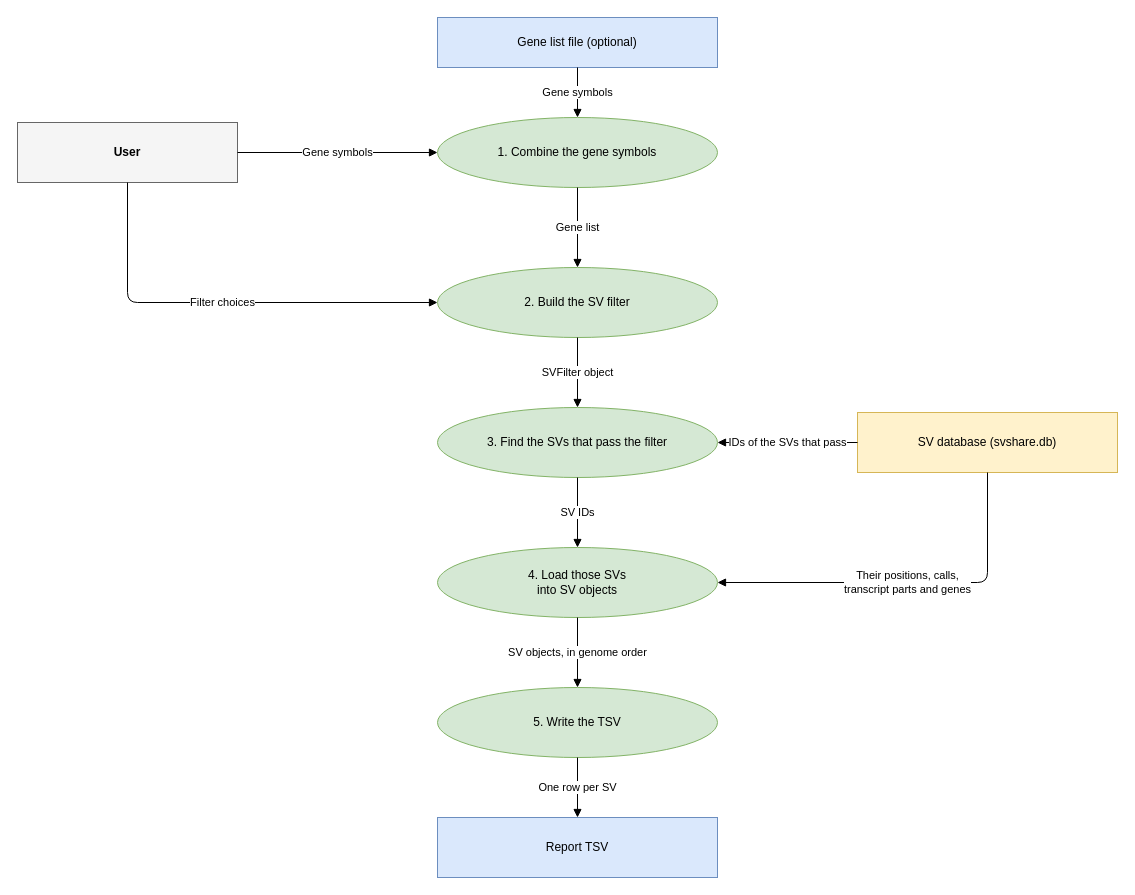
Before: docs/report-data-flow.drawio in k8r/SVShare, a draw.io diagram. Source tidied: cells renumbered, new cells numbered last; positions are measured from the earlier drawing's top-left corner, leaving out a move shared by most shapes. Both pictures are drawn from the tidied source at 100%, with x=0, y=0 at pixel (17, 17).
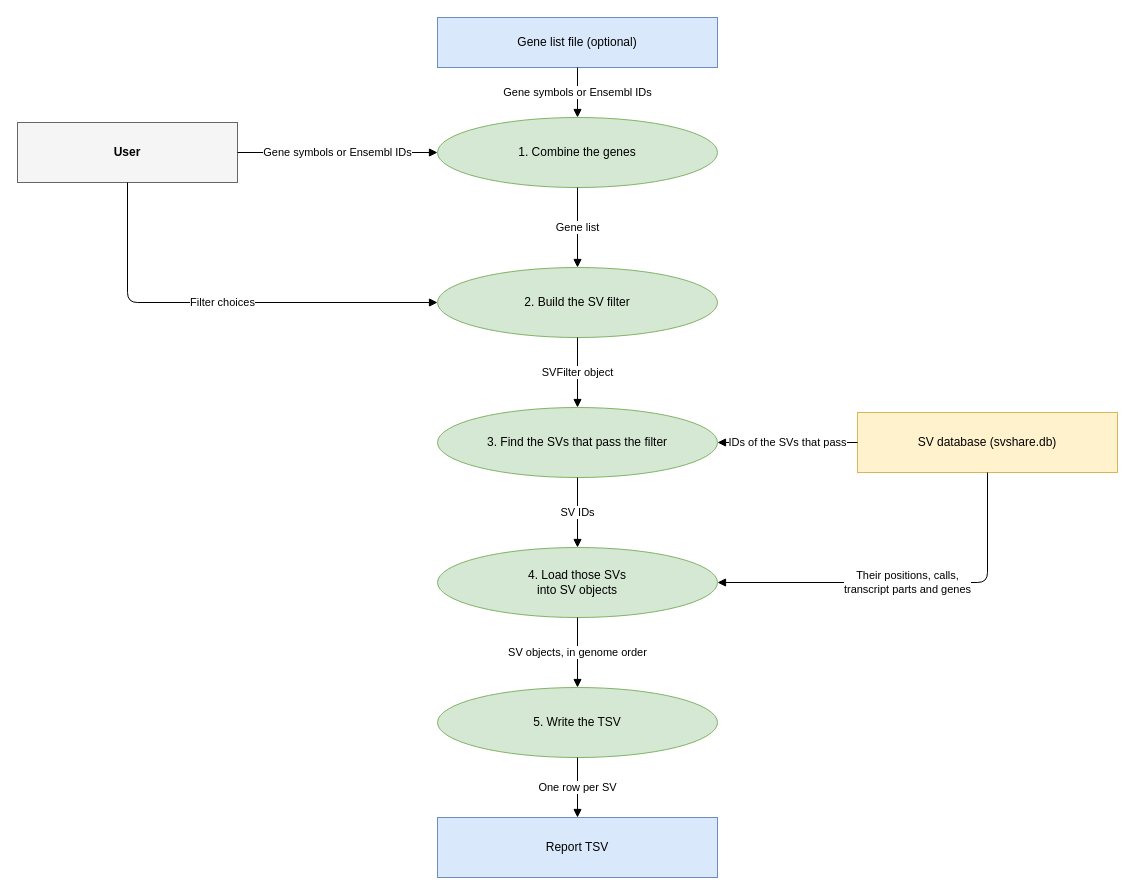
The same diagram, later.

Commit message (it also covers changes not shown here):
Update the diagrams for overlapped and nearby parts, Ensembl IDs, and loading SVs before the gene note

Unchanged cells that the change refers to:
```xml
<mxCell id="2" value="User" style="rounded=0;whiteSpace=wrap;html=1;fillColor=#f5f5f5;strokeColor=#666666;fontStyle=1;" parent="1" vertex="1">
  <mxGeometry y="105" width="220" height="60" as="geometry" />
</mxCell>
<mxCell id="3" value="Gene list file (optional)" style="rounded=0;whiteSpace=wrap;html=1;fillColor=#dae8fc;strokeColor=#6c8ebf;" parent="1" vertex="1">
  <mxGeometry x="420" width="280" height="50" as="geometry" />
</mxCell>
```

Diff of the diagram source:
```diff
@@
-    <mxCell id="6" value="1. Combine the gene symbols" style="ellipse;whiteSpace=wrap;html=1;fillColor=#d5e8d4;strokeColor=#82b366;" parent="1" vertex="1">
+    <mxCell id="6" value="1. Combine the genes" style="ellipse;whiteSpace=wrap;html=1;fillColor=#d5e8d4;strokeColor=#82b366;" parent="1" vertex="1">
       <mxGeometry x="420" y="100" width="280" height="70" as="geometry" />
     </mxCell>
@@
-    <mxCell id="11" value="Gene symbols" style="edgeStyle=orthogonalEdgeStyle;html=1;endArrow=block;labelBackgroundColor=#ffffff;" parent="1" edge="1" source="2" target="6">
+    <mxCell id="11" value="Gene symbols or Ensembl IDs" style="edgeStyle=orthogonalEdgeStyle;html=1;endArrow=block;labelBackgroundColor=#ffffff;" parent="1" edge="1" source="2" target="6">
       <mxGeometry relative="1" as="geometry" />
     </mxCell>
-    <mxCell id="12" value="Gene symbols" style="edgeStyle=orthogonalEdgeStyle;html=1;endArrow=block;labelBackgroundColor=#ffffff;" parent="1" edge="1" source="3" target="6">
+    <mxCell id="12" value="Gene symbols or Ensembl IDs" style="edgeStyle=orthogonalEdgeStyle;html=1;endArrow=block;labelBackgroundColor=#ffffff;" parent="1" edge="1" source="3" target="6">
       <mxGeometry relative="1" as="geometry" />
     </mxCell>
```
